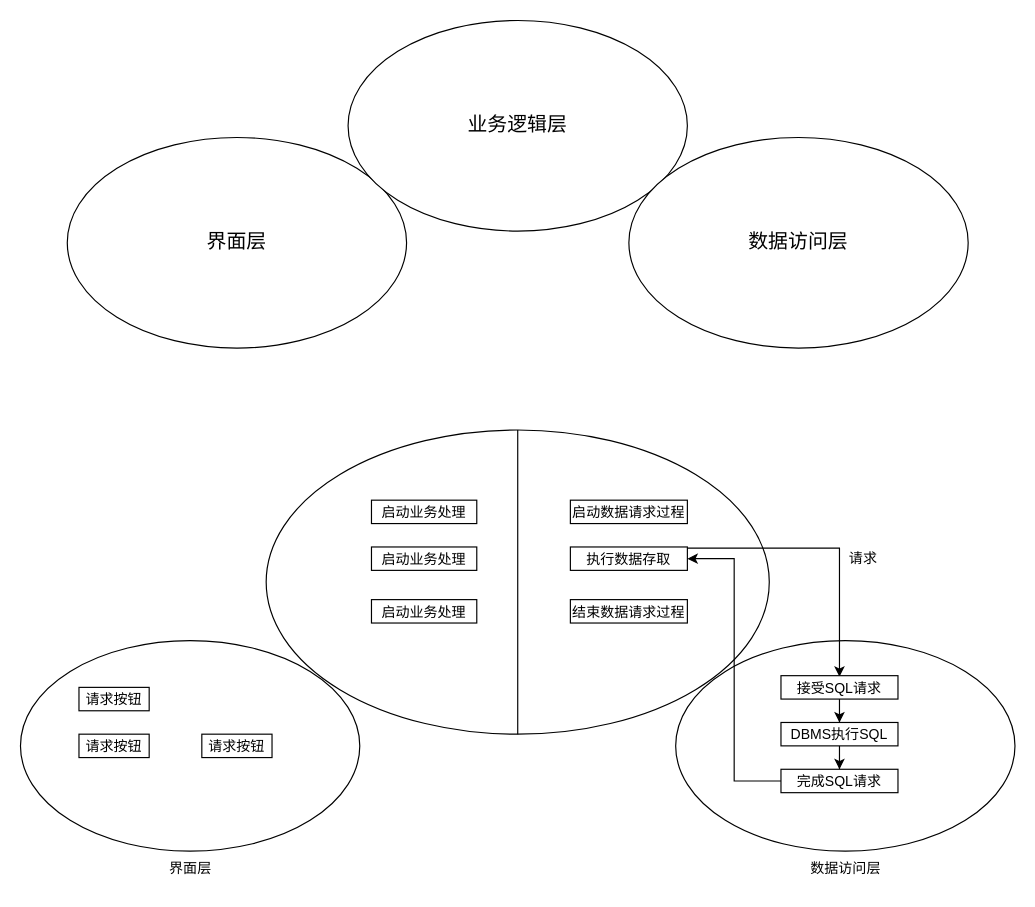
Above: pic3.drawio in lovefxyo/drawio (draw.io), before the change. Source tidied: cells renumbered, new cells numbered last; positions are measured from the earlier drawing's top-left corner, leaving out a move shared by most shapes. Both pictures are drawn from the tidied source at 117%, with x=0, y=0 at pixel (20, 20).
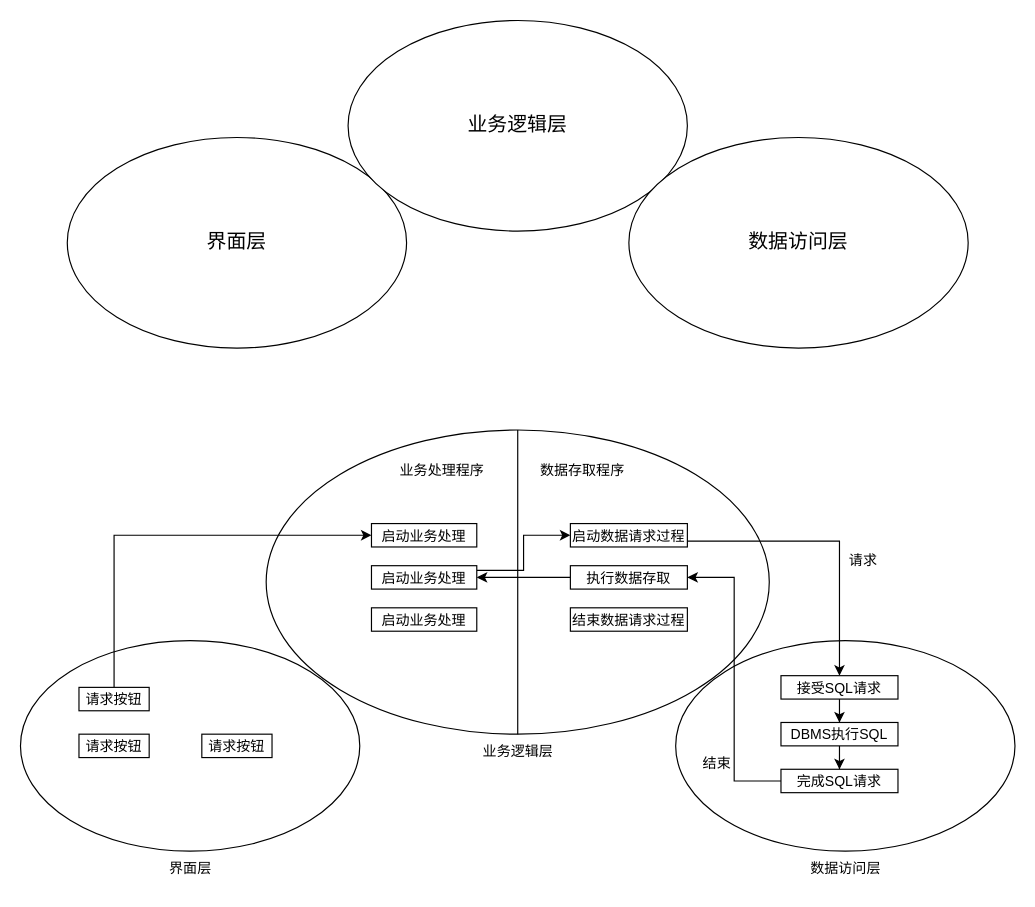
After the change.

The change refers to these unchanged cells:
```xml
<mxCell id="8" value="&lt;font style=&quot;font-size: 12px;&quot;&gt;请求按钮&lt;/font&gt;" style="rounded=0;whiteSpace=wrap;html=1;shadow=0;fontSize=17;" parent="1" vertex="1">
  <mxGeometry x="50" y="570" width="60" height="20" as="geometry" />
</mxCell>
<mxCell id="21" value="&lt;span style=&quot;font-size: 12px;&quot;&gt;接受SQL请求&lt;/span&gt;" style="rounded=0;whiteSpace=wrap;html=1;shadow=0;fontSize=17;" parent="1" vertex="1">
  <mxGeometry x="650" y="560" width="100" height="20" as="geometry" />
</mxCell>
```

What changed in the source:
```diff
@@
+    <mxCell id="28" style="edgeStyle=orthogonalEdgeStyle;rounded=0;jettySize=auto;html=1;entryX=0;entryY=0.5;entryDx=0;entryDy=0;fontSize=12;" parent="1" edge="1" source="8" target="12">
+      <mxGeometry relative="1" as="geometry">
+        <Array as="points">
+          <mxPoint x="80" y="440" />
+        </Array>
+      </mxGeometry>
+    </mxCell>
@@
     <mxCell id="12" value="&lt;font style=&quot;font-size: 12px;&quot;&gt;启动业务处理&lt;/font&gt;" style="rounded=0;whiteSpace=wrap;html=1;shadow=0;fontSize=17;" parent="1" vertex="1">
-      <mxGeometry x="300" y="410" width="90" height="20" as="geometry" />
+      <mxGeometry x="300" y="430" width="90" height="20" as="geometry" />
     </mxCell>
+    <mxCell id="29" style="edgeStyle=orthogonalEdgeStyle;rounded=0;jettySize=auto;html=1;entryX=0;entryY=0.5;entryDx=0;entryDy=0;fontSize=12;" parent="1" edge="1" source="13" target="16">
+      <mxGeometry relative="1" as="geometry">
+        <Array as="points">
+          <mxPoint x="430" y="470" />
+          <mxPoint x="430" y="440" />
+        </Array>
+      </mxGeometry>
+    </mxCell>
     <mxCell id="13" value="&lt;font style=&quot;font-size: 12px;&quot;&gt;启动业务处理&lt;/font&gt;" style="rounded=0;whiteSpace=wrap;html=1;shadow=0;fontSize=17;" parent="1" vertex="1">
-      <mxGeometry x="300" y="450" width="90" height="20" as="geometry" />
+      <mxGeometry x="300" y="466" width="90" height="20" as="geometry" />
     </mxCell>
     <mxCell id="14" value="&lt;font style=&quot;font-size: 12px;&quot;&gt;启动业务处理&lt;/font&gt;" style="rounded=0;whiteSpace=wrap;html=1;shadow=0;fontSize=17;" parent="1" vertex="1">
-      <mxGeometry x="300" y="495" width="90" height="20" as="geometry" />
+      <mxGeometry x="300" y="502" width="90" height="20" as="geometry" />
     </mxCell>
@@
     <mxCell id="16" value="&lt;font style=&quot;font-size: 12px;&quot;&gt;启动数据请求过程&lt;/font&gt;" style="rounded=0;whiteSpace=wrap;html=1;shadow=0;fontSize=17;" parent="1" vertex="1">
-      <mxGeometry x="470" y="410" width="100" height="20" as="geometry" />
+      <mxGeometry x="470" y="430" width="100" height="20" as="geometry" />
     </mxCell>
-    <mxCell id="17" style="edgeStyle=orthogonalEdgeStyle;rounded=0;orthogonalLoop=1;jettySize=auto;html=1;fontSize=12;" parent="1" edge="1">
+    <mxCell id="17" style="edgeStyle=orthogonalEdgeStyle;rounded=0;jettySize=auto;html=1;fontSize=12;entryX=0.5;entryY=0;entryDx=0;entryDy=0;" parent="1" edge="1" target="21">
       <mxGeometry relative="1" as="geometry">
-        <mxPoint x="570" y="451" as="sourcePoint" />
-        <mxPoint x="700" y="561" as="targetPoint" />
+        <mxPoint x="570" y="445" as="sourcePoint" />
         <Array as="points">
-          <mxPoint x="700" y="451" />
+          <mxPoint x="700" y="445" />
         </Array>
       </mxGeometry>
     </mxCell>
+    <mxCell id="30" style="edgeStyle=orthogonalEdgeStyle;rounded=0;jettySize=auto;html=1;entryX=1;entryY=0.5;entryDx=0;entryDy=0;fontSize=12;" parent="1" edge="1" source="18" target="13">
+      <mxGeometry relative="1" as="geometry" />
+    </mxCell>
     <mxCell id="18" value="&lt;span style=&quot;font-size: 12px;&quot;&gt;执行数据存取&lt;/span&gt;" style="rounded=0;whiteSpace=wrap;html=1;shadow=0;fontSize=17;" parent="1" vertex="1">
-      <mxGeometry x="470" y="450" width="100" height="20" as="geometry" />
+      <mxGeometry x="470" y="466" width="100" height="20" as="geometry" />
     </mxCell>
     <mxCell id="19" value="&lt;span style=&quot;font-size: 12px;&quot;&gt;结束数据请求过程&lt;/span&gt;" style="rounded=0;whiteSpace=wrap;html=1;shadow=0;fontSize=17;" parent="1" vertex="1">
-      <mxGeometry x="470" y="495" width="100" height="20" as="geometry" />
+      <mxGeometry x="470" y="502" width="100" height="20" as="geometry" />
     </mxCell>
@@
     <mxCell id="27" value="请求" style="text;html=1;align=center;verticalAlign=middle;strokeColor=none;fillColor=none;fontSize=12;" parent="1" vertex="1">
-      <mxGeometry x="695" y="445" width="50" height="30" as="geometry" />
+      <mxGeometry x="695" y="447" width="50" height="30" as="geometry" />
     </mxCell>
+    <mxCell id="31" value="业务处理程序" style="text;html=1;align=center;verticalAlign=middle;strokeColor=none;fillColor=none;fontSize=12;" parent="1" vertex="1">
+      <mxGeometry x="310" y="370" width="100" height="30" as="geometry" />
+    </mxCell>
+    <mxCell id="32" value="数据存取程序" style="text;html=1;align=center;verticalAlign=middle;strokeColor=none;fillColor=none;fontSize=12;" parent="1" vertex="1">
+      <mxGeometry x="430" y="370" width="100" height="30" as="geometry" />
+    </mxCell>
+    <mxCell id="33" value="业务逻辑层" style="text;html=1;align=center;verticalAlign=middle;strokeColor=none;fillColor=none;fontSize=12;" parent="1" vertex="1">
+      <mxGeometry x="385" y="610" width="80" height="30" as="geometry" />
+    </mxCell>
+    <mxCell id="34" value="结束" style="text;html=1;align=center;verticalAlign=middle;strokeColor=none;fillColor=none;fontSize=12;" parent="1" vertex="1">
+      <mxGeometry x="570" y="620" width="50" height="30" as="geometry" />
+    </mxCell>
```
